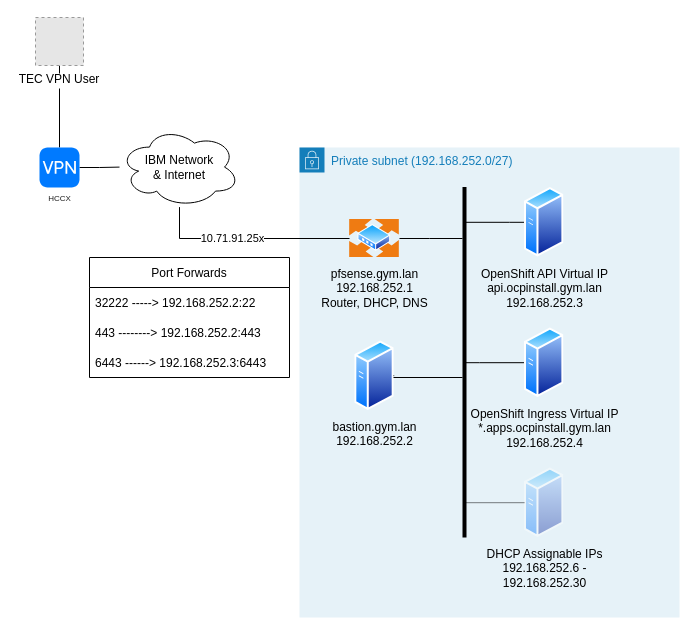
The draw.io diagram GymDesign_v1.drawio in SippingTheKoolaid/DO180-apps, before the edit. Source tidied: cells renumbered, new cells numbered last; positions are measured from the earlier drawing's top-left corner, leaving out a move shared by most shapes. Both pictures are drawn from the tidied source at 100%, with x=0, y=0 at pixel (35, 17). Pictures stored in the file or linked from it are replaced by grey dashed boxes.
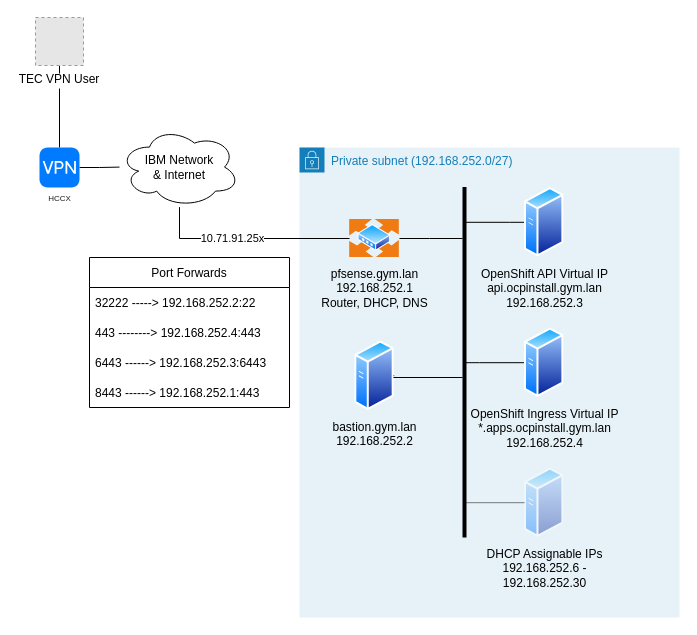
After the change.

Change to the diagram source:
```diff
@@
     <mxCell id="20" value="Port Forwards" style="swimlane;fontStyle=0;horizontal=1;startSize=30;labelBackgroundColor=none;" parent="1" vertex="1">
-      <mxGeometry x="54" y="240" width="200" height="120" as="geometry" />
+      <mxGeometry x="54" y="240" width="200" height="150" as="geometry" />
     </mxCell>
@@
-    <mxCell id="22" value="443 --------&gt; 192.168.252.2:443" style="text;strokeColor=none;fillColor=none;align=left;verticalAlign=middle;spacingLeft=4;spacingRight=4;overflow=hidden;labelBackgroundColor=none;" parent="20" vertex="1">
+    <mxCell id="22" value="443 --------&gt; 192.168.252.4:443" style="text;strokeColor=none;fillColor=none;align=left;verticalAlign=middle;spacingLeft=4;spacingRight=4;overflow=hidden;labelBackgroundColor=none;" parent="20" vertex="1">
       <mxGeometry y="60" width="200" height="30" as="geometry" />
     </mxCell>
@@
+    <mxCell id="24" value="8443 ------&gt; 192.168.252.1:443" style="text;strokeColor=none;fillColor=none;align=left;verticalAlign=middle;spacingLeft=4;spacingRight=4;overflow=hidden;labelBackgroundColor=none;" parent="20" vertex="1">
+      <mxGeometry y="120" width="200" height="30" as="geometry" />
+    </mxCell>
```
